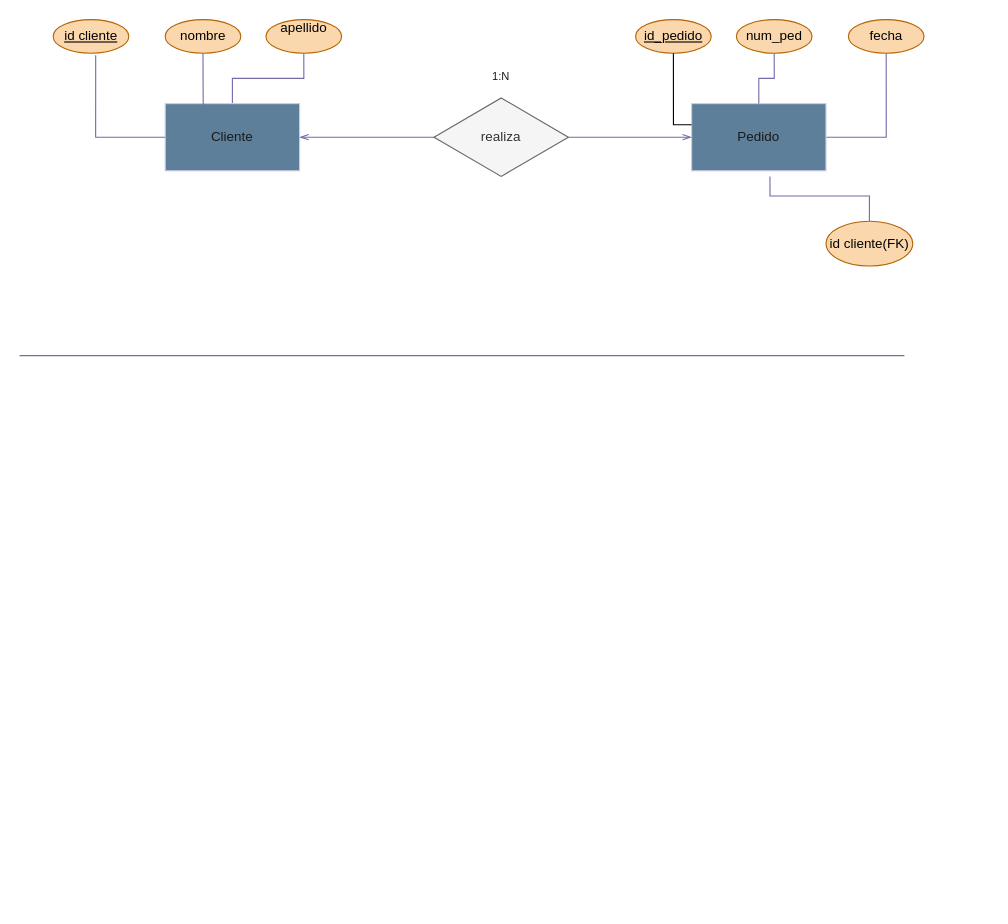
Above: BASE DE DATOS/Apuntes clase/Primer mini-diagrama.drawio in Diego12Avila/DAW-Prometeo (draw.io), before the change. Source tidied: cells renumbered, new cells numbered last; positions are measured from the earlier drawing's top-left corner, leaving out a move shared by most shapes. Both pictures are drawn from the tidied source at 112%, with x=0, y=0 at pixel (19, 19).
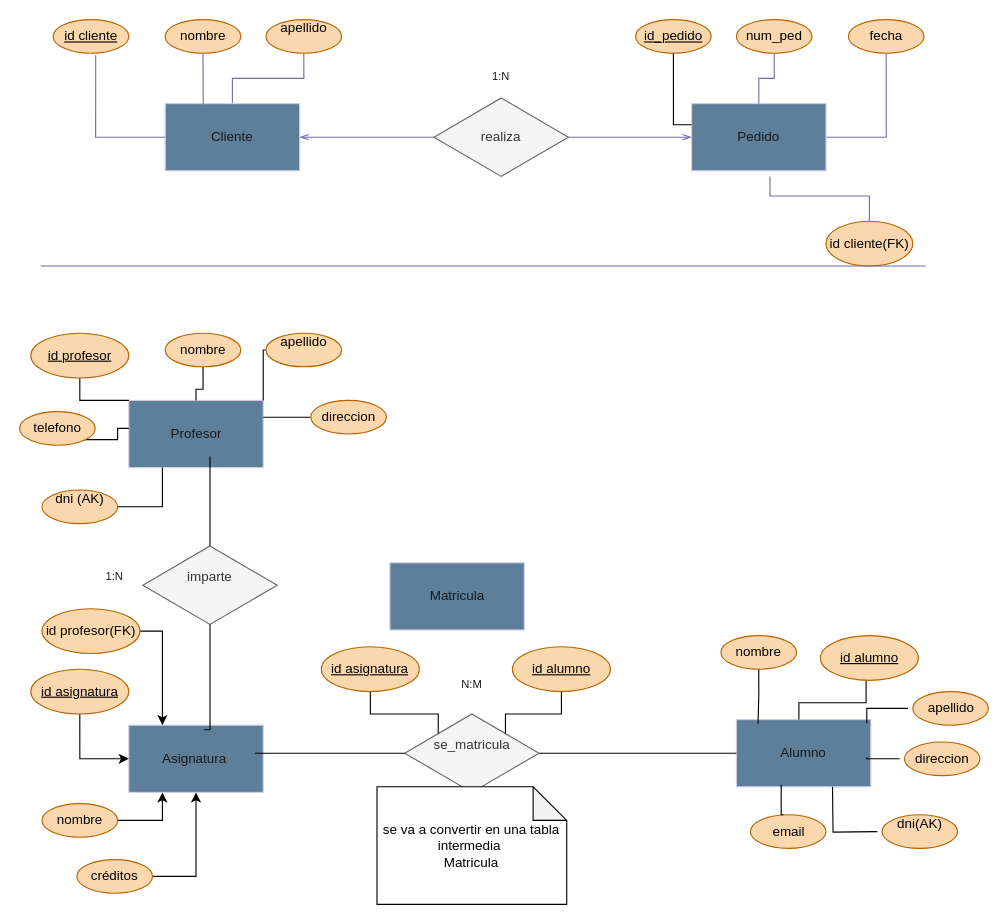
Above is the later version.

What changed in the source:
```diff
@@
     <mxCell id="22" style="endArrow=none;html=1;rounded=0;strokeColor=#736CA8;fontColor=#1A1A1A;" parent="1" edge="1">
       <mxGeometry relative="1" as="geometry">
-        <mxPoint y="300" as="sourcePoint" />
-        <mxPoint x="790" y="300" as="targetPoint" />
+        <mxPoint x="19" y="220" as="sourcePoint" />
+        <mxPoint x="809" y="220" as="targetPoint" />
       </mxGeometry>
     </mxCell>
+    <mxCell id="23" value="Profesor" style="rounded=0;whiteSpace=wrap;html=1;fillColor=#5D7F99;strokeColor=#D0CEE2;labelBackgroundColor=none;fontColor=#1A1A1A;" parent="1" vertex="1">
+      <mxGeometry x="97.5" y="340" width="120" height="60" as="geometry" />
+    </mxCell>
+    <mxCell id="24" value="Alumno" style="rounded=0;whiteSpace=wrap;html=1;fillColor=#5D7F99;strokeColor=#D0CEE2;labelBackgroundColor=none;fontColor=#1A1A1A;" parent="1" vertex="1">
+      <mxGeometry x="640" y="625" width="120" height="60" as="geometry" />
+    </mxCell>
+    <mxCell id="25" value="Matricula" style="rounded=0;whiteSpace=wrap;html=1;fillColor=#5D7F99;strokeColor=#D0CEE2;labelBackgroundColor=none;fontColor=#1A1A1A;" parent="1" vertex="1">
+      <mxGeometry x="330.6" y="485" width="120" height="60" as="geometry" />
+    </mxCell>
+    <mxCell id="26" value="Asignatura&amp;nbsp;" style="rounded=0;whiteSpace=wrap;html=1;fillColor=#5D7F99;strokeColor=#D0CEE2;labelBackgroundColor=none;fontColor=#1A1A1A;" parent="1" vertex="1">
+      <mxGeometry x="97.5" y="630" width="120" height="60" as="geometry" />
+    </mxCell>
+    <mxCell id="27" value="imparte&lt;div&gt;&lt;br/&gt;&lt;/div&gt;" style="rhombus;whiteSpace=wrap;html=1;shapeInside=1;fillColor=light-dark(#F5F5F5,#0D0D0D);fontColor=light-dark(#333333,#FFFFFF);strokeColor=light-dark(#666666,#000000);" parent="1" vertex="1">
+      <mxGeometry x="110" y="470" width="120" height="70" as="geometry" />
+    </mxCell>
+    <mxCell id="28" style="edgeStyle=orthogonalEdgeStyle;rounded=0;jettySize=auto;html=1;entryX=0.604;entryY=0.833;entryDx=0;entryDy=0;entryPerimeter=0;endArrow=none;endFill=0;" parent="1" edge="1" source="27" target="23">
+      <mxGeometry relative="1" as="geometry" />
+    </mxCell>
+    <mxCell id="29" style="edgeStyle=orthogonalEdgeStyle;rounded=0;jettySize=auto;html=1;entryX=0.56;entryY=0.067;entryDx=0;entryDy=0;entryPerimeter=0;endArrow=none;endFill=0;" parent="1" edge="1" source="27" target="26">
+      <mxGeometry x="0.01" relative="1" as="geometry">
+        <Array as="points">
+          <mxPoint x="170" y="634" />
+        </Array>
+      </mxGeometry>
+    </mxCell>
+    <mxCell id="30" style="edgeStyle=orthogonalEdgeStyle;rounded=0;jettySize=auto;html=1;endArrow=none;endFill=0;" parent="1" edge="1" source="31" target="24">
+      <mxGeometry relative="1" as="geometry" />
+    </mxCell>
+    <mxCell id="31" value="&lt;div&gt;se_matricula&lt;/div&gt;&lt;div&gt;&lt;br&gt;&lt;/div&gt;" style="rhombus;whiteSpace=wrap;html=1;shapeInside=1;fillColor=light-dark(#F5F5F5,#0D0D0D);fontColor=light-dark(#333333,#FFFFFF);strokeColor=light-dark(#666666,#000000);" parent="1" vertex="1">
+      <mxGeometry x="343.8" y="620" width="120" height="70" as="geometry" />
+    </mxCell>
+    <mxCell id="32" style="edgeStyle=orthogonalEdgeStyle;rounded=0;jettySize=auto;html=1;entryX=0.938;entryY=0.417;entryDx=0;entryDy=0;entryPerimeter=0;endArrow=none;endFill=0;" parent="1" edge="1" source="31" target="26">
+      <mxGeometry relative="1" as="geometry" />
+    </mxCell>
+    <mxCell id="33" value="se va a convertir en una tabla intermedia&amp;nbsp;&lt;div&gt;Matricula&lt;/div&gt;" style="shape=note;whiteSpace=wrap;html=1;backgroundOutline=1;darkOpacity=0.05;" parent="1" vertex="1">
+      <mxGeometry x="319.1" y="685" width="169.4" height="105" as="geometry" />
+    </mxCell>
+    <mxCell id="34" value="&lt;span style=&quot;font-size: 10px;&quot;&gt;N:M&lt;/span&gt;" style="text;html=1;whiteSpace=wrap;strokeColor=none;fillColor=none;align=center;verticalAlign=middle;rounded=0;fontColor=#1A1A1A;" parent="1" vertex="1">
+      <mxGeometry x="356.9" y="566" width="93.8" height="54" as="geometry" />
+    </mxCell>
+    <mxCell id="35" value="&lt;span style=&quot;font-size: 10px;&quot;&gt;1:&lt;/span&gt;&lt;span style=&quot;font-size: 10px; background-color: transparent; color: light-dark(rgb(26, 26, 26), rgb(215, 215, 215));&quot;&gt;N&lt;/span&gt;" style="text;html=1;whiteSpace=wrap;strokeColor=none;fillColor=none;align=center;verticalAlign=middle;rounded=0;fontColor=#1A1A1A;" parent="1" vertex="1">
+      <mxGeometry x="30" y="462" width="110" height="70" as="geometry" />
+    </mxCell>
+    <mxCell id="36" style="edgeStyle=orthogonalEdgeStyle;rounded=0;jettySize=auto;html=1;entryX=0;entryY=0;entryDx=0;entryDy=0;endArrow=none;endFill=0;" parent="1" edge="1" source="37" target="23">
+      <mxGeometry relative="1" as="geometry" />
+    </mxCell>
+    <mxCell id="37" value="&lt;u&gt;id profesor&lt;/u&gt;" style="ellipse;whiteSpace=wrap;html=1;shapeInside=1;fillColor=#fad7ac;strokeColor=#b46504;" parent="1" vertex="1">
+      <mxGeometry x="10" y="280" width="87.5" height="40" as="geometry" />
+    </mxCell>
+    <mxCell id="38" style="edgeStyle=orthogonalEdgeStyle;rounded=0;jettySize=auto;html=1;endArrow=none;endFill=0;" parent="1" edge="1" source="39" target="23">
+      <mxGeometry x="-0.01" relative="1" as="geometry" />
+    </mxCell>
+    <mxCell id="39" value="nombre" style="ellipse;whiteSpace=wrap;html=1;shapeInside=1;fillColor=#fad7ac;strokeColor=#b46504;" parent="1" vertex="1">
+      <mxGeometry x="130" y="280" width="67.5" height="30" as="geometry" />
+    </mxCell>
+    <mxCell id="40" style="edgeStyle=orthogonalEdgeStyle;rounded=0;jettySize=auto;html=1;entryX=1;entryY=0;entryDx=0;entryDy=0;endArrow=none;endFill=0;" parent="1" edge="1" source="41" target="23">
+      <mxGeometry x="0.01" relative="1" as="geometry">
+        <Array as="points">
+          <mxPoint x="217.5" y="295" />
+        </Array>
+      </mxGeometry>
+    </mxCell>
+    <mxCell id="41" value="apellido&lt;div&gt;&lt;br/&gt;&lt;/div&gt;" style="ellipse;whiteSpace=wrap;html=1;shapeInside=1;fillColor=#fad7ac;strokeColor=#b46504;" parent="1" vertex="1">
+      <mxGeometry x="220" y="280" width="67.5" height="30" as="geometry" />
+    </mxCell>
+    <mxCell id="42" style="edgeStyle=orthogonalEdgeStyle;rounded=0;jettySize=auto;html=1;entryX=1;entryY=0.25;entryDx=0;entryDy=0;endArrow=none;endFill=0;" parent="1" edge="1" source="43" target="23">
+      <mxGeometry relative="1" as="geometry" />
+    </mxCell>
+    <mxCell id="43" value="&lt;div&gt;direccion&lt;/div&gt;" style="ellipse;whiteSpace=wrap;html=1;shapeInside=1;fillColor=#fad7ac;strokeColor=#b46504;" parent="1" vertex="1">
+      <mxGeometry x="260" y="340" width="67.5" height="30" as="geometry" />
+    </mxCell>
+    <mxCell id="44" style="edgeStyle=orthogonalEdgeStyle;rounded=0;orthogonalLoop=1;jettySize=auto;html=1;endArrow=none;endFill=0;" parent="1" edge="1">
+      <mxGeometry x="0.03" relative="1" as="geometry">
+        <mxPoint x="33.8" y="375" as="sourcePoint" />
+        <mxPoint x="97.5" y="365" as="targetPoint" />
+        <Array as="points">
+          <mxPoint x="87.5" y="375" />
+          <mxPoint x="87.5" y="365" />
+        </Array>
+      </mxGeometry>
+    </mxCell>
+    <mxCell id="45" value="&lt;div&gt;telefono&lt;/div&gt;" style="ellipse;whiteSpace=wrap;html=1;shapeInside=1;fillColor=#fad7ac;strokeColor=#b46504;" parent="1" vertex="1">
+      <mxGeometry y="350" width="67.5" height="30" as="geometry" />
+    </mxCell>
+    <mxCell id="46" style="edgeStyle=orthogonalEdgeStyle;rounded=0;jettySize=auto;html=1;entryX=0.25;entryY=1;entryDx=0;entryDy=0;endArrow=none;endFill=0;" parent="1" edge="1" source="47" target="23">
+      <mxGeometry x="0.01" relative="1" as="geometry" />
+    </mxCell>
+    <mxCell id="47" value="dni (AK)&lt;div&gt;&lt;br/&gt;&lt;/div&gt;" style="ellipse;whiteSpace=wrap;html=1;shapeInside=1;fillColor=#fad7ac;strokeColor=#b46504;" parent="1" vertex="1">
+      <mxGeometry x="20" y="420" width="67.5" height="30" as="geometry" />
+    </mxCell>
+    <mxCell id="48" style="edgeStyle=orthogonalEdgeStyle;rounded=0;jettySize=auto;html=1;entryX=0;entryY=0.5;entryDx=0;entryDy=0;" parent="1" edge="1" source="49" target="26">
+      <mxGeometry relative="1" as="geometry" />
+    </mxCell>
+    <mxCell id="49" value="&lt;u&gt;id asignatura&lt;/u&gt;" style="ellipse;whiteSpace=wrap;html=1;shapeInside=1;fillColor=#fad7ac;strokeColor=#b46504;" parent="1" vertex="1">
+      <mxGeometry x="10" y="580" width="87.5" height="40" as="geometry" />
+    </mxCell>
+    <mxCell id="50" style="edgeStyle=orthogonalEdgeStyle;rounded=0;jettySize=auto;html=1;entryX=0.25;entryY=1;entryDx=0;entryDy=0;" parent="1" edge="1" source="51" target="26">
+      <mxGeometry relative="1" as="geometry" />
+    </mxCell>
+    <mxCell id="51" value="nombre" style="ellipse;whiteSpace=wrap;html=1;shapeInside=1;fillColor=#fad7ac;strokeColor=#b46504;" parent="1" vertex="1">
+      <mxGeometry x="20" y="700" width="67.5" height="30" as="geometry" />
+    </mxCell>
+    <mxCell id="52" style="edgeStyle=orthogonalEdgeStyle;rounded=0;jettySize=auto;html=1;entryX=0.5;entryY=1;entryDx=0;entryDy=0;" parent="1" edge="1" source="53" target="26">
+      <mxGeometry relative="1" as="geometry">
+        <Array as="points">
+          <mxPoint x="157.5" y="765" />
+        </Array>
+      </mxGeometry>
+    </mxCell>
+    <mxCell id="53" value="créditos" style="ellipse;whiteSpace=wrap;html=1;shapeInside=1;fillColor=#fad7ac;strokeColor=#b46504;" parent="1" vertex="1">
+      <mxGeometry x="51.2" y="750" width="67.5" height="30" as="geometry" />
+    </mxCell>
+    <mxCell id="54" style="edgeStyle=orthogonalEdgeStyle;rounded=0;jettySize=auto;html=1;entryX=0.25;entryY=0;entryDx=0;entryDy=0;" parent="1" edge="1" source="55" target="26">
+      <mxGeometry relative="1" as="geometry">
+        <Array as="points">
+          <mxPoint x="127.5" y="546" />
+        </Array>
+      </mxGeometry>
+    </mxCell>
+    <mxCell id="55" value="id profesor(&lt;u style=&quot;text-decoration-line: inherit;&quot;&gt;FK)&lt;/u&gt;" style="ellipse;whiteSpace=wrap;html=1;shapeInside=1;fillColor=#fad7ac;strokeColor=#b46504;" parent="1" vertex="1">
+      <mxGeometry x="20" y="526" width="87.5" height="40" as="geometry" />
+    </mxCell>
+    <mxCell id="56" style="edgeStyle=orthogonalEdgeStyle;rounded=0;orthogonalLoop=1;jettySize=auto;html=1;endArrow=none;endFill=0;" parent="1" edge="1">
+      <mxGeometry x="0.31" relative="1" as="geometry">
+        <mxPoint x="755.8" y="590" as="sourcePoint" />
+        <mxPoint x="695.8" y="625" as="targetPoint" />
+        <Array as="points">
+          <mxPoint x="755.8" y="610" />
+          <mxPoint x="695.8" y="610" />
+        </Array>
+      </mxGeometry>
+    </mxCell>
+    <mxCell id="57" value="&lt;u&gt;id alumno&lt;/u&gt;&lt;u&gt;&lt;br&gt;&lt;/u&gt;" style="ellipse;whiteSpace=wrap;html=1;shapeInside=1;fillColor=#fad7ac;strokeColor=#b46504;" parent="1" vertex="1">
+      <mxGeometry x="715" y="550" width="87.5" height="40" as="geometry" />
+    </mxCell>
+    <mxCell id="58" value="nombre" style="ellipse;whiteSpace=wrap;html=1;shapeInside=1;fillColor=#fad7ac;strokeColor=#b46504;" parent="1" vertex="1">
+      <mxGeometry x="626.2" y="550" width="67.5" height="30" as="geometry" />
+    </mxCell>
+    <mxCell id="59" style="edgeStyle=orthogonalEdgeStyle;rounded=0;jettySize=auto;html=1;entryX=0.97;entryY=0.053;entryDx=0;entryDy=0;endArrow=none;endFill=0;entryPerimeter=0;" parent="1" edge="1" target="24">
+      <mxGeometry x="0.24" relative="1" as="geometry">
+        <mxPoint x="793.3" y="615" as="sourcePoint" />
+      </mxGeometry>
+    </mxCell>
+    <mxCell id="60" value="apellido" style="ellipse;whiteSpace=wrap;html=1;shapeInside=1;fillColor=#fad7ac;strokeColor=#b46504;" parent="1" vertex="1">
+      <mxGeometry x="797.5" y="600" width="67.5" height="30" as="geometry" />
+    </mxCell>
+    <mxCell id="61" style="edgeStyle=orthogonalEdgeStyle;rounded=0;orthogonalLoop=1;jettySize=auto;html=1;entryX=0.75;entryY=1;entryDx=0;entryDy=0;endArrow=none;endFill=0;" parent="1" edge="1">
+      <mxGeometry relative="1" as="geometry">
+        <mxPoint x="765.8" y="725" as="sourcePoint" />
+        <mxPoint x="725.8" y="685" as="targetPoint" />
+      </mxGeometry>
+    </mxCell>
+    <mxCell id="62" value="dni(AK)&lt;div&gt;&lt;br/&gt;&lt;/div&gt;" style="ellipse;whiteSpace=wrap;html=1;shapeInside=1;fillColor=#fad7ac;strokeColor=#b46504;" parent="1" vertex="1">
+      <mxGeometry x="770" y="710" width="67.5" height="30" as="geometry" />
+    </mxCell>
+    <mxCell id="63" value="email" style="ellipse;whiteSpace=wrap;html=1;shapeInside=1;fillColor=#fad7ac;strokeColor=#b46504;" parent="1" vertex="1">
+      <mxGeometry x="652.5" y="710" width="67.5" height="30" as="geometry" />
+    </mxCell>
+    <mxCell id="64" value="direccion" style="ellipse;whiteSpace=wrap;html=1;shapeInside=1;fillColor=#fad7ac;strokeColor=#b46504;" parent="1" vertex="1">
+      <mxGeometry x="790" y="645" width="67.5" height="30" as="geometry" />
+    </mxCell>
+    <mxCell id="65" style="edgeStyle=orthogonalEdgeStyle;rounded=0;jettySize=auto;html=1;entryX=1;entryY=0;entryDx=0;entryDy=0;endArrow=none;endFill=0;" parent="1" edge="1" source="66" target="31">
+      <mxGeometry x="0.01" relative="1" as="geometry" />
+    </mxCell>
+    <mxCell id="66" value="&lt;u&gt;id alumno&lt;/u&gt;&lt;u&gt;&lt;br&gt;&lt;/u&gt;" style="ellipse;whiteSpace=wrap;html=1;shapeInside=1;fillColor=#fad7ac;strokeColor=#b46504;" parent="1" vertex="1">
+      <mxGeometry x="440" y="560" width="87.5" height="40" as="geometry" />
+    </mxCell>
+    <mxCell id="67" style="edgeStyle=orthogonalEdgeStyle;rounded=0;jettySize=auto;html=1;entryX=0;entryY=0;entryDx=0;entryDy=0;endArrow=none;endFill=0;" parent="1" edge="1" source="68" target="31">
+      <mxGeometry relative="1" as="geometry" />
+    </mxCell>
+    <mxCell id="68" value="&lt;u&gt;id asignatura&lt;/u&gt;" style="ellipse;whiteSpace=wrap;html=1;shapeInside=1;fillColor=#fad7ac;strokeColor=#b46504;" parent="1" vertex="1">
+      <mxGeometry x="269.4" y="560" width="87.5" height="40" as="geometry" />
+    </mxCell>
+    <mxCell id="69" style="edgeStyle=orthogonalEdgeStyle;rounded=0;jettySize=auto;html=1;entryX=0.161;entryY=0.062;entryDx=0;entryDy=0;entryPerimeter=0;endArrow=none;endFill=0;" parent="1" edge="1" source="58" target="24">
+      <mxGeometry x="0.01" relative="1" as="geometry" />
+    </mxCell>
+    <mxCell id="70" style="edgeStyle=orthogonalEdgeStyle;rounded=0;orthogonalLoop=1;jettySize=auto;html=1;entryX=1.004;entryY=0.563;entryDx=0;entryDy=0;entryPerimeter=0;endArrow=none;endFill=0;" parent="1" edge="1">
+      <mxGeometry x="-0.02" relative="1" as="geometry">
+        <mxPoint x="785.8" y="660" as="sourcePoint" />
+        <mxPoint x="756.3" y="658.8" as="targetPoint" />
+      </mxGeometry>
+    </mxCell>
+    <mxCell id="71" style="edgeStyle=orthogonalEdgeStyle;rounded=0;orthogonalLoop=1;jettySize=auto;html=1;entryX=0.368;entryY=0.968;entryDx=0;entryDy=0;entryPerimeter=0;endArrow=none;endFill=0;" parent="1" edge="1">
+      <mxGeometry x="0.03" relative="1" as="geometry">
+        <mxPoint x="682.1" y="710" as="sourcePoint" />
+        <mxPoint x="680" y="683.1" as="targetPoint" />
+      </mxGeometry>
+    </mxCell>
```
